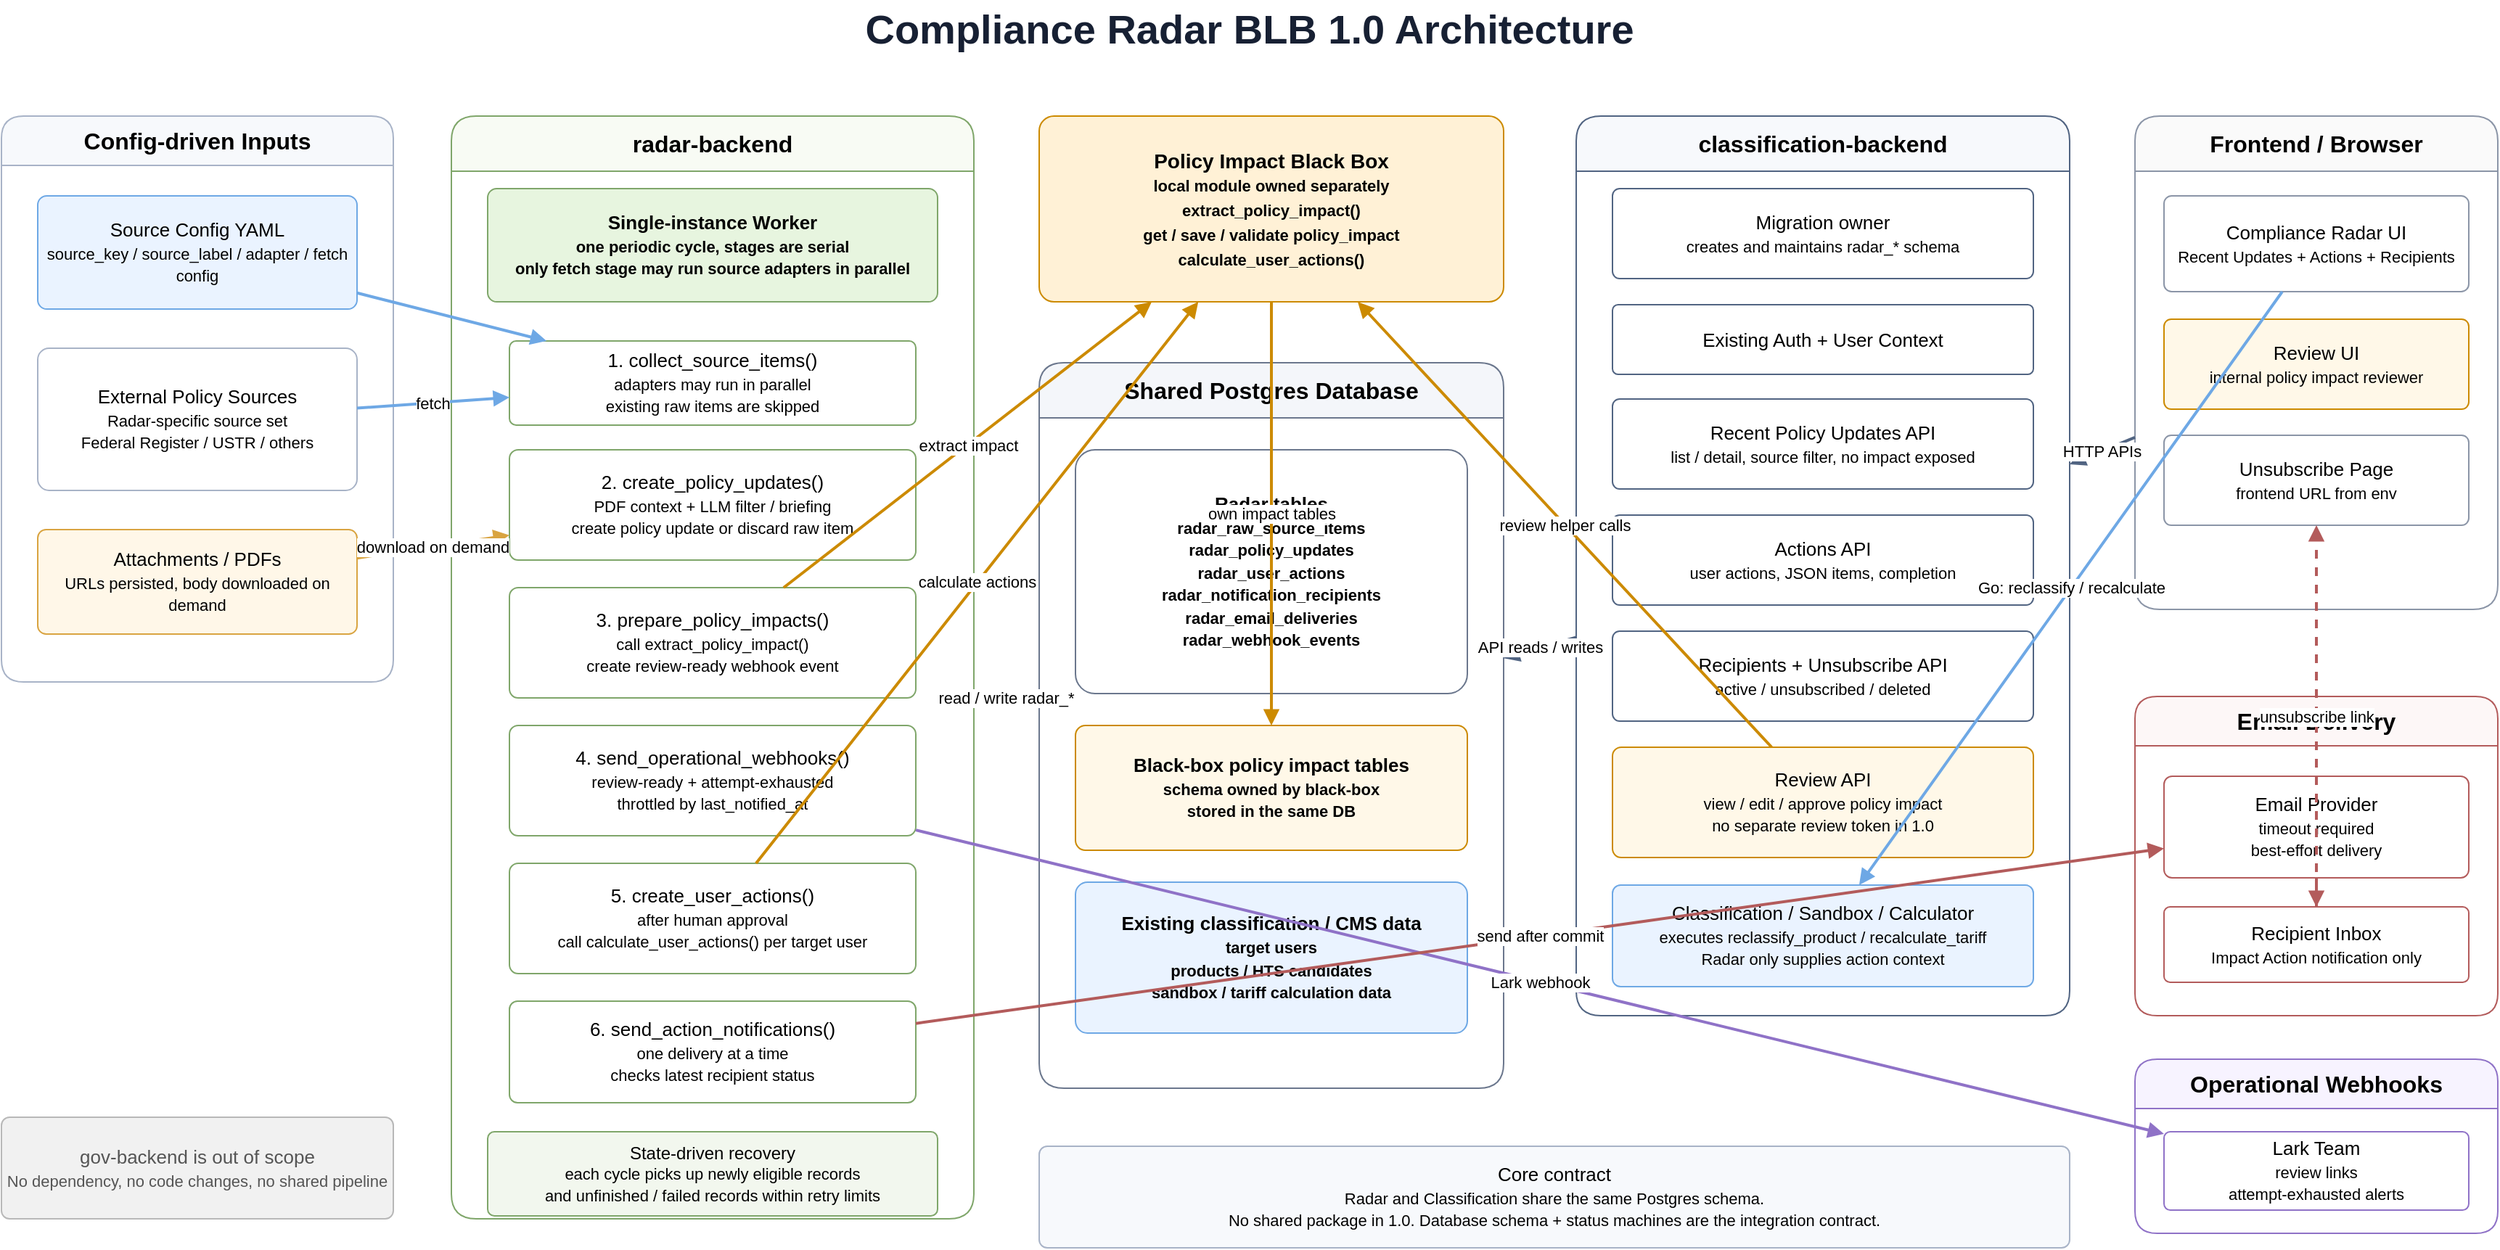
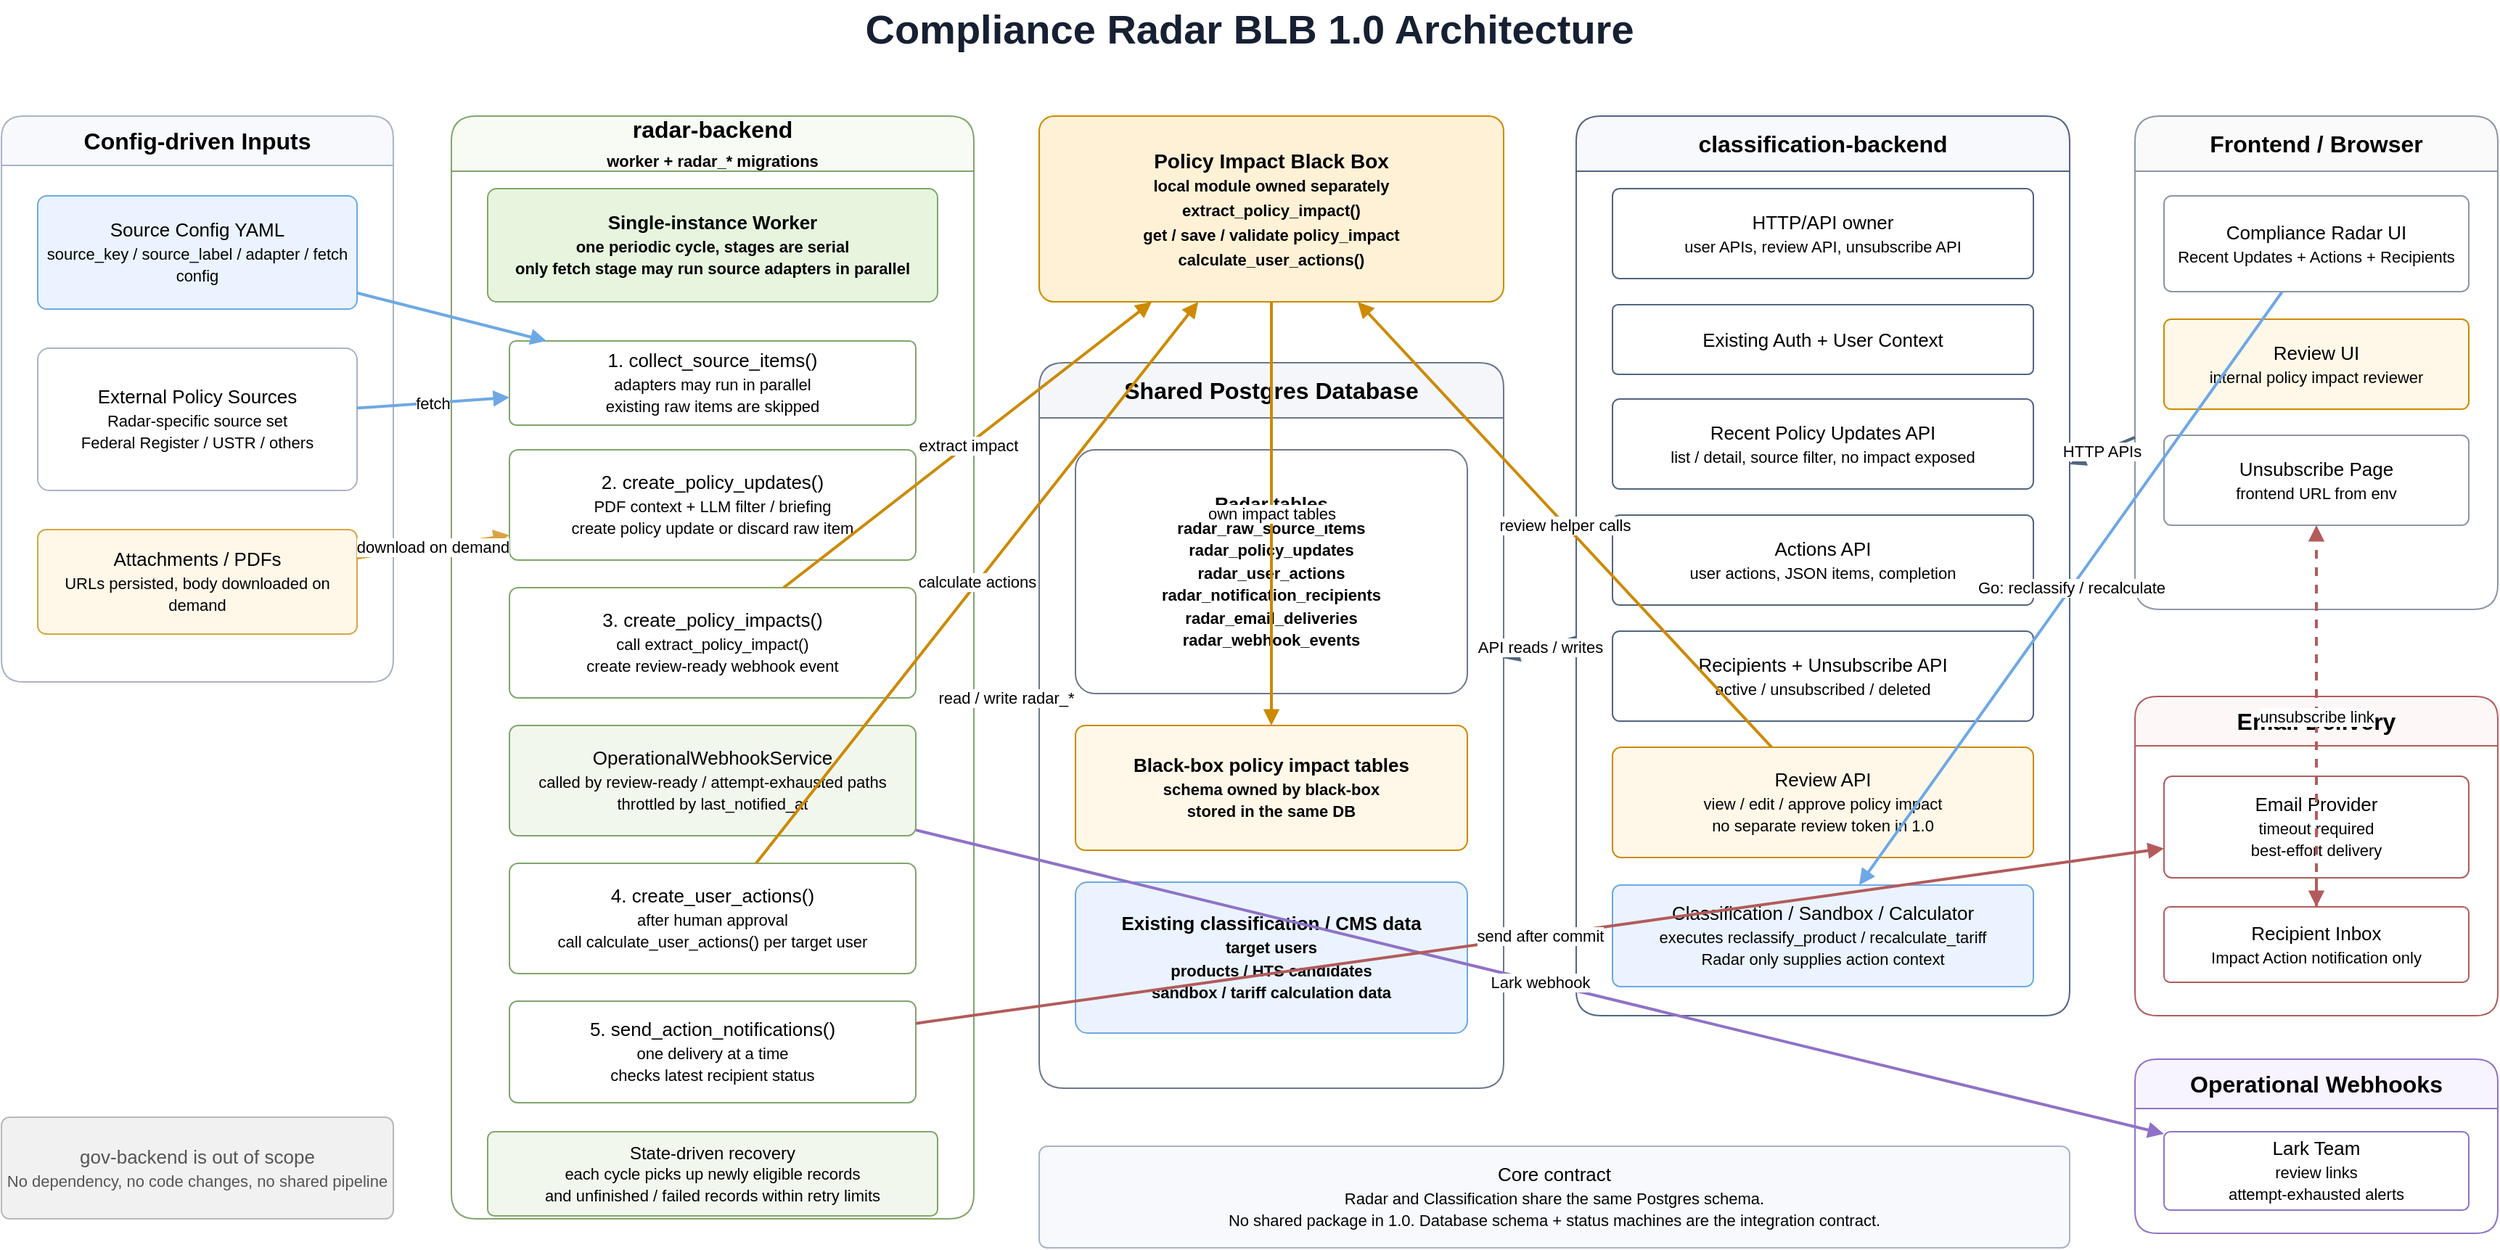
<mxfile host="app.diagrams.net" modified="2026-05-12T00:00:00.000Z" agent="Codex" version="24.7.17" type="device">
  <diagram id="compliance-radar-architecture" name="Compliance Radar Architecture">
    <mxGraphModel dx="1800" dy="1100" grid="1" gridSize="10" guides="1" tooltips="1" connect="1" arrows="1" fold="1" page="1" pageScale="1" pageWidth="1800" pageHeight="1100" math="0" shadow="0">
      <root>
        <mxCell id="0" />
        <mxCell id="1" parent="0" />

        <mxCell id="title" value="Compliance Radar BLB 1.0 Architecture" style="text;html=1;strokeColor=none;fillColor=none;align=center;verticalAlign=middle;whiteSpace=wrap;rounded=0;fontSize=28;fontStyle=1;fontColor=#172033;" vertex="1" parent="1">
          <mxGeometry x="40" y="20" width="1720" height="40" as="geometry" />
        </mxCell>

        <mxCell id="sourcesContainer" value="Config-driven Inputs" style="swimlane;html=1;startSize=34;rounded=1;whiteSpace=wrap;fillColor=#F7F9FC;strokeColor=#A8B3C7;fontSize=16;fontStyle=1;" vertex="1" parent="1">
          <mxGeometry x="40" y="100" width="270" height="390" as="geometry" />
        </mxCell>
        <mxCell id="sourceConfig" value="Source Config YAML&lt;br&gt;&lt;font style=&quot;font-size: 11px;&quot;&gt;source_key / source_label / adapter / fetch config&lt;/font&gt;" style="rounded=1;whiteSpace=wrap;html=1;arcSize=8;fillColor=#EAF3FF;strokeColor=#6EA8E5;fontSize=13;" vertex="1" parent="1">
          <mxGeometry x="65" y="155" width="220" height="78" as="geometry" />
        </mxCell>
        <mxCell id="externalSources" value="External Policy Sources&lt;br&gt;&lt;font style=&quot;font-size: 11px;&quot;&gt;Radar-specific source set&lt;br&gt;Federal Register / USTR / others&lt;/font&gt;" style="rounded=1;whiteSpace=wrap;html=1;arcSize=8;fillColor=#FFFFFF;strokeColor=#A8B3C7;fontSize=13;" vertex="1" parent="1">
          <mxGeometry x="65" y="260" width="220" height="98" as="geometry" />
        </mxCell>
        <mxCell id="attachments" value="Attachments / PDFs&lt;br&gt;&lt;font style=&quot;font-size: 11px;&quot;&gt;URLs persisted, body downloaded on demand&lt;/font&gt;" style="rounded=1;whiteSpace=wrap;html=1;arcSize=8;fillColor=#FFF7E8;strokeColor=#D9A441;fontSize=13;" vertex="1" parent="1">
          <mxGeometry x="65" y="385" width="220" height="72" as="geometry" />
        </mxCell>

-         <mxCell id="radarContainer" value="radar-backend" style="swimlane;html=1;startSize=38;rounded=1;whiteSpace=wrap;fillColor=#F8FBF4;strokeColor=#7FA66A;fontSize=16;fontStyle=1;" vertex="1" parent="1">
+         <mxCell id="radarContainer" value="radar-backend&lt;br&gt;&lt;font style=&quot;font-size: 11px;&quot;&gt;worker + radar_* migrations&lt;/font&gt;" style="swimlane;html=1;startSize=38;rounded=1;whiteSpace=wrap;fillColor=#F8FBF4;strokeColor=#7FA66A;fontSize=16;fontStyle=1;" vertex="1" parent="1">
          <mxGeometry x="350" y="100" width="360" height="760" as="geometry" />
        </mxCell>
        <mxCell id="singleWorker" value="Single-instance Worker&lt;br&gt;&lt;font style=&quot;font-size: 11px;&quot;&gt;one periodic cycle, stages are serial&lt;br&gt;only fetch stage may run source adapters in parallel&lt;/font&gt;" style="rounded=1;whiteSpace=wrap;html=1;arcSize=8;fillColor=#E7F5DF;strokeColor=#7FA66A;fontSize=13;fontStyle=1;" vertex="1" parent="1">
          <mxGeometry x="375" y="150" width="310" height="78" as="geometry" />
        </mxCell>
        <mxCell id="stageFetch" value="1. collect_source_items()&lt;br&gt;&lt;font style=&quot;font-size: 11px;&quot;&gt;adapters may run in parallel&lt;br&gt;existing raw items are skipped&lt;/font&gt;" style="rounded=1;whiteSpace=wrap;html=1;arcSize=8;fillColor=#FFFFFF;strokeColor=#7FA66A;fontSize=13;" vertex="1" parent="1">
          <mxGeometry x="390" y="255" width="280" height="58" as="geometry" />
        </mxCell>
        <mxCell id="stagePolicyUpdates" value="2. create_policy_updates()&lt;br&gt;&lt;font style=&quot;font-size: 11px;&quot;&gt;PDF context + LLM filter / briefing&lt;br&gt;create policy update or discard raw item&lt;/font&gt;" style="rounded=1;whiteSpace=wrap;html=1;arcSize=8;fillColor=#FFFFFF;strokeColor=#7FA66A;fontSize=13;" vertex="1" parent="1">
          <mxGeometry x="390" y="330" width="280" height="76" as="geometry" />
        </mxCell>
-         <mxCell id="stageImpacts" value="3. prepare_policy_impacts()&lt;br&gt;&lt;font style=&quot;font-size: 11px;&quot;&gt;call extract_policy_impact()&lt;br&gt;create review-ready webhook event&lt;/font&gt;" style="rounded=1;whiteSpace=wrap;html=1;arcSize=8;fillColor=#FFFFFF;strokeColor=#7FA66A;fontSize=13;" vertex="1" parent="1">
+         <mxCell id="stageImpacts" value="3. create_policy_impacts()&lt;br&gt;&lt;font style=&quot;font-size: 11px;&quot;&gt;call extract_policy_impact()&lt;br&gt;create review-ready webhook event&lt;/font&gt;" style="rounded=1;whiteSpace=wrap;html=1;arcSize=8;fillColor=#FFFFFF;strokeColor=#7FA66A;fontSize=13;" vertex="1" parent="1">
          <mxGeometry x="390" y="425" width="280" height="76" as="geometry" />
        </mxCell>
-         <mxCell id="stageWebhooks" value="4. send_operational_webhooks()&lt;br&gt;&lt;font style=&quot;font-size: 11px;&quot;&gt;review-ready + attempt-exhausted&lt;br&gt;throttled by last_notified_at&lt;/font&gt;" style="rounded=1;whiteSpace=wrap;html=1;arcSize=8;fillColor=#FFFFFF;strokeColor=#7FA66A;fontSize=13;" vertex="1" parent="1">
+         <mxCell id="stageWebhooks" value="OperationalWebhookService&lt;br&gt;&lt;font style=&quot;font-size: 11px;&quot;&gt;called by review-ready / attempt-exhausted paths&lt;br&gt;throttled by last_notified_at&lt;/font&gt;" style="rounded=1;whiteSpace=wrap;html=1;arcSize=8;fillColor=#F2F7EE;strokeColor=#7FA66A;fontSize=13;" vertex="1" parent="1">
          <mxGeometry x="390" y="520" width="280" height="76" as="geometry" />
        </mxCell>
-         <mxCell id="stageActions" value="5. create_user_actions()&lt;br&gt;&lt;font style=&quot;font-size: 11px;&quot;&gt;after human approval&lt;br&gt;call calculate_user_actions() per target user&lt;/font&gt;" style="rounded=1;whiteSpace=wrap;html=1;arcSize=8;fillColor=#FFFFFF;strokeColor=#7FA66A;fontSize=13;" vertex="1" parent="1">
+         <mxCell id="stageActions" value="4. create_user_actions()&lt;br&gt;&lt;font style=&quot;font-size: 11px;&quot;&gt;after human approval&lt;br&gt;call calculate_user_actions() per target user&lt;/font&gt;" style="rounded=1;whiteSpace=wrap;html=1;arcSize=8;fillColor=#FFFFFF;strokeColor=#7FA66A;fontSize=13;" vertex="1" parent="1">
          <mxGeometry x="390" y="615" width="280" height="76" as="geometry" />
        </mxCell>
-         <mxCell id="stageEmail" value="6. send_action_notifications()&lt;br&gt;&lt;font style=&quot;font-size: 11px;&quot;&gt;one delivery at a time&lt;br&gt;checks latest recipient status&lt;/font&gt;" style="rounded=1;whiteSpace=wrap;html=1;arcSize=8;fillColor=#FFFFFF;strokeColor=#7FA66A;fontSize=13;" vertex="1" parent="1">
+         <mxCell id="stageEmail" value="5. send_action_notifications()&lt;br&gt;&lt;font style=&quot;font-size: 11px;&quot;&gt;one delivery at a time&lt;br&gt;checks latest recipient status&lt;/font&gt;" style="rounded=1;whiteSpace=wrap;html=1;arcSize=8;fillColor=#FFFFFF;strokeColor=#7FA66A;fontSize=13;" vertex="1" parent="1">
          <mxGeometry x="390" y="710" width="280" height="70" as="geometry" />
        </mxCell>
        <mxCell id="stateDrivenRecovery" value="State-driven recovery&lt;br&gt;&lt;font style=&quot;font-size: 11px;&quot;&gt;each cycle picks up newly eligible records&lt;br&gt;and unfinished / failed records within retry limits&lt;/font&gt;" style="rounded=1;whiteSpace=wrap;html=1;arcSize=8;fillColor=#F2F7EE;strokeColor=#7FA66A;fontSize=12;" vertex="1" parent="1">
          <mxGeometry x="375" y="800" width="310" height="58" as="geometry" />
        </mxCell>

        <mxCell id="blackbox" value="Policy Impact Black Box&lt;br&gt;&lt;font style=&quot;font-size: 11px;&quot;&gt;local module owned separately&lt;br&gt;extract_policy_impact()&lt;br&gt;get / save / validate policy_impact&lt;br&gt;calculate_user_actions()&lt;/font&gt;" style="rounded=1;whiteSpace=wrap;html=1;arcSize=8;fillColor=#FFF1D6;strokeColor=#CC8A00;fontSize=14;fontStyle=1;" vertex="1" parent="1">
          <mxGeometry x="755" y="100" width="320" height="128" as="geometry" />
        </mxCell>

        <mxCell id="dbContainer" value="Shared Postgres Database" style="swimlane;html=1;startSize=38;rounded=1;whiteSpace=wrap;fillColor=#F4F6FA;strokeColor=#6B778D;fontSize=16;fontStyle=1;" vertex="1" parent="1">
          <mxGeometry x="755" y="270" width="320" height="500" as="geometry" />
        </mxCell>
        <mxCell id="radarTables" value="Radar tables&lt;br&gt;&lt;font style=&quot;font-size: 11px;&quot;&gt;radar_raw_source_items&lt;br&gt;radar_policy_updates&lt;br&gt;radar_user_actions&lt;br&gt;radar_notification_recipients&lt;br&gt;radar_email_deliveries&lt;br&gt;radar_webhook_events&lt;/font&gt;" style="rounded=1;whiteSpace=wrap;html=1;arcSize=8;fillColor=#FFFFFF;strokeColor=#6B778D;fontSize=13;fontStyle=1;" vertex="1" parent="1">
          <mxGeometry x="780" y="330" width="270" height="168" as="geometry" />
        </mxCell>
        <mxCell id="impactTables" value="Black-box policy impact tables&lt;br&gt;&lt;font style=&quot;font-size: 11px;&quot;&gt;schema owned by black-box&lt;br&gt;stored in the same DB&lt;/font&gt;" style="rounded=1;whiteSpace=wrap;html=1;arcSize=8;fillColor=#FFF8E8;strokeColor=#CC8A00;fontSize=13;fontStyle=1;" vertex="1" parent="1">
          <mxGeometry x="780" y="520" width="270" height="86" as="geometry" />
        </mxCell>
        <mxCell id="classificationTables" value="Existing classification / CMS data&lt;br&gt;&lt;font style=&quot;font-size: 11px;&quot;&gt;target users&lt;br&gt;products / HTS candidates&lt;br&gt;sandbox / tariff calculation data&lt;/font&gt;" style="rounded=1;whiteSpace=wrap;html=1;arcSize=8;fillColor=#EAF3FF;strokeColor=#6EA8E5;fontSize=13;fontStyle=1;" vertex="1" parent="1">
          <mxGeometry x="780" y="628" width="270" height="104" as="geometry" />
        </mxCell>

        <mxCell id="classificationContainer" value="classification-backend" style="swimlane;html=1;startSize=38;rounded=1;whiteSpace=wrap;fillColor=#F7F9FC;strokeColor=#516482;fontSize=16;fontStyle=1;" vertex="1" parent="1">
          <mxGeometry x="1125" y="100" width="340" height="620" as="geometry" />
        </mxCell>
-         <mxCell id="migrationOwner" value="Migration owner&lt;br&gt;&lt;font style=&quot;font-size: 11px;&quot;&gt;creates and maintains radar_* schema&lt;/font&gt;" style="rounded=1;whiteSpace=wrap;html=1;arcSize=8;fillColor=#FFFFFF;strokeColor=#516482;fontSize=13;" vertex="1" parent="1">
+         <mxCell id="migrationOwner" value="HTTP/API owner&lt;br&gt;&lt;font style=&quot;font-size: 11px;&quot;&gt;user APIs, review API, unsubscribe API&lt;/font&gt;" style="rounded=1;whiteSpace=wrap;html=1;arcSize=8;fillColor=#FFFFFF;strokeColor=#516482;fontSize=13;" vertex="1" parent="1">
          <mxGeometry x="1150" y="150" width="290" height="62" as="geometry" />
        </mxCell>
        <mxCell id="authApi" value="Existing Auth + User Context" style="rounded=1;whiteSpace=wrap;html=1;arcSize=8;fillColor=#FFFFFF;strokeColor=#516482;fontSize=13;" vertex="1" parent="1">
          <mxGeometry x="1150" y="230" width="290" height="48" as="geometry" />
        </mxCell>
        <mxCell id="recentApi" value="Recent Policy Updates API&lt;br&gt;&lt;font style=&quot;font-size: 11px;&quot;&gt;list / detail, source filter, no impact exposed&lt;/font&gt;" style="rounded=1;whiteSpace=wrap;html=1;arcSize=8;fillColor=#FFFFFF;strokeColor=#516482;fontSize=13;" vertex="1" parent="1">
          <mxGeometry x="1150" y="295" width="290" height="62" as="geometry" />
        </mxCell>
        <mxCell id="actionApi" value="Actions API&lt;br&gt;&lt;font style=&quot;font-size: 11px;&quot;&gt;user actions, JSON items, completion&lt;/font&gt;" style="rounded=1;whiteSpace=wrap;html=1;arcSize=8;fillColor=#FFFFFF;strokeColor=#516482;fontSize=13;" vertex="1" parent="1">
          <mxGeometry x="1150" y="375" width="290" height="62" as="geometry" />
        </mxCell>
        <mxCell id="recipientApi" value="Recipients + Unsubscribe API&lt;br&gt;&lt;font style=&quot;font-size: 11px;&quot;&gt;active / unsubscribed / deleted&lt;/font&gt;" style="rounded=1;whiteSpace=wrap;html=1;arcSize=8;fillColor=#FFFFFF;strokeColor=#516482;fontSize=13;" vertex="1" parent="1">
          <mxGeometry x="1150" y="455" width="290" height="62" as="geometry" />
        </mxCell>
        <mxCell id="reviewApi" value="Review API&lt;br&gt;&lt;font style=&quot;font-size: 11px;&quot;&gt;view / edit / approve policy impact&lt;br&gt;no separate review token in 1.0&lt;/font&gt;" style="rounded=1;whiteSpace=wrap;html=1;arcSize=8;fillColor=#FFF8E8;strokeColor=#CC8A00;fontSize=13;" vertex="1" parent="1">
          <mxGeometry x="1150" y="535" width="290" height="76" as="geometry" />
        </mxCell>
        <mxCell id="executionApi" value="Classification / Sandbox / Calculator&lt;br&gt;&lt;font style=&quot;font-size: 11px;&quot;&gt;executes reclassify_product / recalculate_tariff&lt;br&gt;Radar only supplies action context&lt;/font&gt;" style="rounded=1;whiteSpace=wrap;html=1;arcSize=8;fillColor=#EAF3FF;strokeColor=#6EA8E5;fontSize=13;" vertex="1" parent="1">
          <mxGeometry x="1150" y="630" width="290" height="70" as="geometry" />
        </mxCell>

        <mxCell id="frontendContainer" value="Frontend / Browser" style="swimlane;html=1;startSize=38;rounded=1;whiteSpace=wrap;fillColor=#FAFAFA;strokeColor=#8B95A7;fontSize=16;fontStyle=1;" vertex="1" parent="1">
          <mxGeometry x="1510" y="100" width="250" height="340" as="geometry" />
        </mxCell>
        <mxCell id="radarUi" value="Compliance Radar UI&lt;br&gt;&lt;font style=&quot;font-size: 11px;&quot;&gt;Recent Updates + Actions + Recipients&lt;/font&gt;" style="rounded=1;whiteSpace=wrap;html=1;arcSize=8;fillColor=#FFFFFF;strokeColor=#8B95A7;fontSize=13;" vertex="1" parent="1">
          <mxGeometry x="1530" y="155" width="210" height="66" as="geometry" />
        </mxCell>
        <mxCell id="reviewUi" value="Review UI&lt;br&gt;&lt;font style=&quot;font-size: 11px;&quot;&gt;internal policy impact reviewer&lt;/font&gt;" style="rounded=1;whiteSpace=wrap;html=1;arcSize=8;fillColor=#FFF8E8;strokeColor=#CC8A00;fontSize=13;" vertex="1" parent="1">
          <mxGeometry x="1530" y="240" width="210" height="62" as="geometry" />
        </mxCell>
        <mxCell id="unsubscribePage" value="Unsubscribe Page&lt;br&gt;&lt;font style=&quot;font-size: 11px;&quot;&gt;frontend URL from env&lt;/font&gt;" style="rounded=1;whiteSpace=wrap;html=1;arcSize=8;fillColor=#FFFFFF;strokeColor=#8B95A7;fontSize=13;" vertex="1" parent="1">
          <mxGeometry x="1530" y="320" width="210" height="62" as="geometry" />
        </mxCell>

        <mxCell id="emailContainer" value="Email Delivery" style="swimlane;html=1;startSize=34;rounded=1;whiteSpace=wrap;fillColor=#FDF7F7;strokeColor=#B35B5B;fontSize=16;fontStyle=1;" vertex="1" parent="1">
          <mxGeometry x="1510" y="500" width="250" height="220" as="geometry" />
        </mxCell>
        <mxCell id="emailProvider" value="Email Provider&lt;br&gt;&lt;font style=&quot;font-size: 11px;&quot;&gt;timeout required&lt;br&gt;best-effort delivery&lt;/font&gt;" style="rounded=1;whiteSpace=wrap;html=1;arcSize=8;fillColor=#FFFFFF;strokeColor=#B35B5B;fontSize=13;" vertex="1" parent="1">
          <mxGeometry x="1530" y="555" width="210" height="70" as="geometry" />
        </mxCell>
        <mxCell id="recipientInbox" value="Recipient Inbox&lt;br&gt;&lt;font style=&quot;font-size: 11px;&quot;&gt;Impact Action notification only&lt;/font&gt;" style="rounded=1;whiteSpace=wrap;html=1;arcSize=8;fillColor=#FFFFFF;strokeColor=#B35B5B;fontSize=13;" vertex="1" parent="1">
          <mxGeometry x="1530" y="645" width="210" height="52" as="geometry" />
        </mxCell>

        <mxCell id="opsContainer" value="Operational Webhooks" style="swimlane;html=1;startSize=34;rounded=1;whiteSpace=wrap;fillColor=#F7F3FF;strokeColor=#8F72C7;fontSize=16;fontStyle=1;" vertex="1" parent="1">
          <mxGeometry x="1510" y="750" width="250" height="120" as="geometry" />
        </mxCell>
        <mxCell id="larkTeam" value="Lark Team&lt;br&gt;&lt;font style=&quot;font-size: 11px;&quot;&gt;review links&lt;br&gt;attempt-exhausted alerts&lt;/font&gt;" style="rounded=1;whiteSpace=wrap;html=1;arcSize=8;fillColor=#FFFFFF;strokeColor=#8F72C7;fontSize=13;" vertex="1" parent="1">
          <mxGeometry x="1530" y="800" width="210" height="54" as="geometry" />
        </mxCell>

        <mxCell id="notGov" value="gov-backend is out of scope&lt;br&gt;&lt;font style=&quot;font-size: 11px;&quot;&gt;No dependency, no code changes, no shared pipeline&lt;/font&gt;" style="rounded=1;whiteSpace=wrap;html=1;arcSize=8;fillColor=#F1F1F1;strokeColor=#B8B8B8;fontSize=13;fontColor=#555555;" vertex="1" parent="1">
          <mxGeometry x="40" y="790" width="270" height="70" as="geometry" />
        </mxCell>

        <mxCell id="legend" value="Core contract&lt;br&gt;&lt;font style=&quot;font-size: 11px;&quot;&gt;Radar and Classification share the same Postgres schema.&lt;br&gt;No shared package in 1.0. Database schema + status machines are the integration contract.&lt;/font&gt;" style="rounded=1;whiteSpace=wrap;html=1;arcSize=8;fillColor=#F7F9FC;strokeColor=#A8B3C7;fontSize=13;" vertex="1" parent="1">
          <mxGeometry x="755" y="810" width="710" height="70" as="geometry" />
        </mxCell>

        <mxCell id="eConfigFetch" value="" style="endArrow=block;html=1;rounded=0;strokeWidth=2;strokeColor=#6EA8E5;" edge="1" parent="1" source="sourceConfig" target="stageFetch">
          <mxGeometry relative="1" as="geometry" />
        </mxCell>
        <mxCell id="eSourcesFetch" value="fetch" style="endArrow=block;html=1;rounded=0;strokeWidth=2;strokeColor=#6EA8E5;fontSize=11;" edge="1" parent="1" source="externalSources" target="stageFetch">
          <mxGeometry relative="1" as="geometry" />
        </mxCell>
        <mxCell id="ePdfsProcess" value="download on demand" style="endArrow=block;html=1;rounded=0;strokeWidth=2;strokeColor=#D9A441;fontSize=11;" edge="1" parent="1" source="attachments" target="stagePolicyUpdates">
          <mxGeometry relative="1" as="geometry" />
        </mxCell>

        <mxCell id="eWorkerDb" value="read / write radar_*" style="endArrow=block;html=1;rounded=0;strokeWidth=2;strokeColor=#5B7F4D;fontSize=11;" edge="1" parent="1" source="radarContainer" target="dbContainer">
          <mxGeometry relative="1" as="geometry" />
        </mxCell>
        <mxCell id="eWorkerBlackbox" value="extract impact" style="endArrow=block;html=1;rounded=0;strokeWidth=2;strokeColor=#CC8A00;fontSize=11;" edge="1" parent="1" source="stageImpacts" target="blackbox">
          <mxGeometry relative="1" as="geometry" />
        </mxCell>
        <mxCell id="eActionsBlackbox" value="calculate actions" style="endArrow=block;html=1;rounded=0;strokeWidth=2;strokeColor=#CC8A00;fontSize=11;" edge="1" parent="1" source="stageActions" target="blackbox">
          <mxGeometry relative="1" as="geometry">
            <mxPoint x="725" y="615" as="targetPoint" />
          </mxGeometry>
        </mxCell>
        <mxCell id="eOpsWebhook" value="Lark webhook" style="endArrow=block;html=1;rounded=0;strokeWidth=2;strokeColor=#8F72C7;fontSize=11;" edge="1" parent="1" source="stageWebhooks" target="larkTeam">
          <mxGeometry relative="1" as="geometry" />
        </mxCell>
        <mxCell id="eBlackboxDb" value="own impact tables" style="endArrow=block;html=1;rounded=0;strokeWidth=2;strokeColor=#CC8A00;fontSize=11;" edge="1" parent="1" source="blackbox" target="impactTables">
          <mxGeometry relative="1" as="geometry" />
        </mxCell>

        <mxCell id="eClassDb" value="API reads / writes" style="endArrow=block;html=1;rounded=0;strokeWidth=2;strokeColor=#516482;fontSize=11;" edge="1" parent="1" source="classificationContainer" target="dbContainer">
          <mxGeometry relative="1" as="geometry" />
        </mxCell>
        <mxCell id="eReviewBlackbox" value="review helper calls" style="endArrow=block;html=1;rounded=0;strokeWidth=2;strokeColor=#CC8A00;fontSize=11;" edge="1" parent="1" source="reviewApi" target="blackbox">
          <mxGeometry relative="1" as="geometry" />
        </mxCell>

        <mxCell id="eFrontendBackend" value="HTTP APIs" style="endArrow=block;html=1;rounded=0;strokeWidth=2;strokeColor=#516482;fontSize=11;" edge="1" parent="1" source="frontendContainer" target="classificationContainer">
          <mxGeometry relative="1" as="geometry" />
        </mxCell>
        <mxCell id="eGoExecute" value="Go: reclassify / recalculate" style="endArrow=block;html=1;rounded=0;strokeWidth=2;strokeColor=#6EA8E5;fontSize=11;" edge="1" parent="1" source="radarUi" target="executionApi">
          <mxGeometry relative="1" as="geometry" />
        </mxCell>
        <mxCell id="eEmailProvider" value="send after commit" style="endArrow=block;html=1;rounded=0;strokeWidth=2;strokeColor=#B35B5B;fontSize=11;" edge="1" parent="1" source="stageEmail" target="emailProvider">
          <mxGeometry relative="1" as="geometry" />
        </mxCell>
        <mxCell id="eProviderInbox" value="" style="endArrow=block;html=1;rounded=0;strokeWidth=2;strokeColor=#B35B5B;" edge="1" parent="1" source="emailProvider" target="recipientInbox">
          <mxGeometry relative="1" as="geometry" />
        </mxCell>
        <mxCell id="eUnsubscribe" value="unsubscribe link" style="endArrow=block;html=1;rounded=0;strokeWidth=2;strokeColor=#B35B5B;fontSize=11;dashed=1;" edge="1" parent="1" source="recipientInbox" target="unsubscribePage">
          <mxGeometry relative="1" as="geometry" />
        </mxCell>
      </root>
    </mxGraphModel>
  </diagram>
</mxfile>
